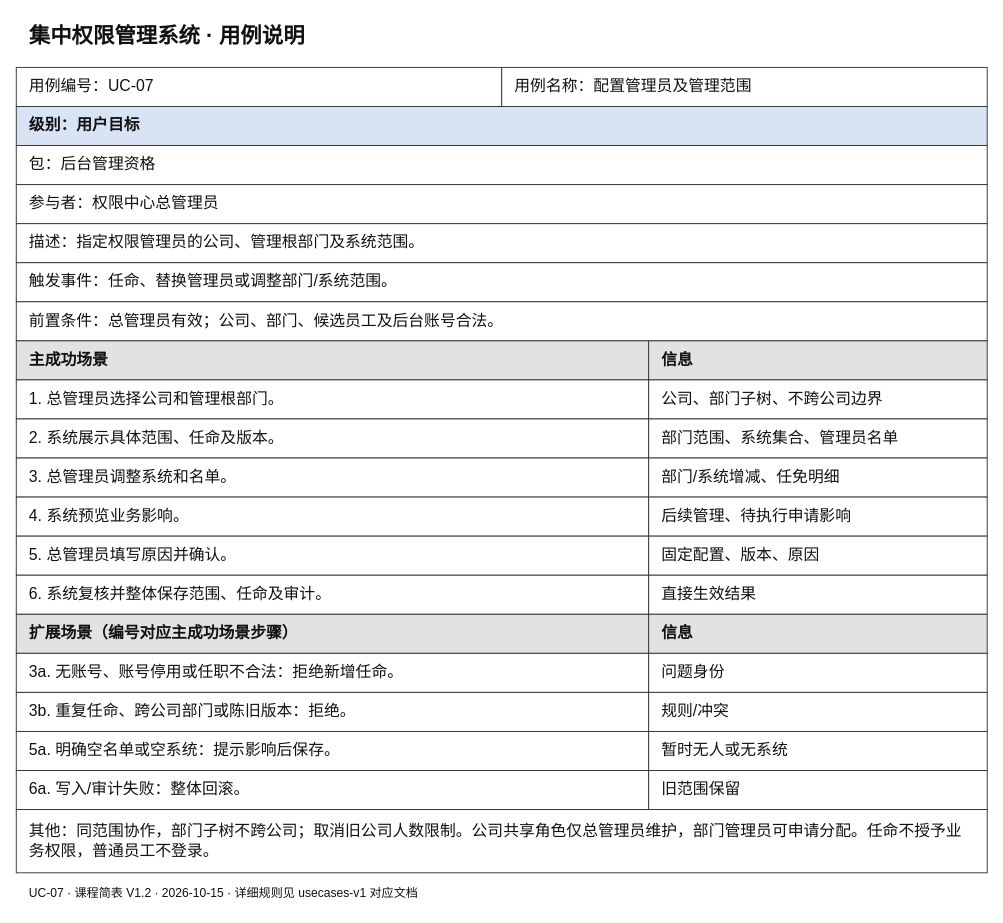
This is docs/01-requirements/按用例分类/UC-07_配置管理员及管理范围/课程简表.drawio from Noah-hope/RBAC-admin, a draw.io file, before an edit. Source tidied: cells renumbered, new cells numbered last; positions are measured from the earlier drawing's top-left corner, leaving out a move shared by most shapes. Both pictures are drawn from the tidied source at 93%, with x=0, y=0 at pixel (16, 16).
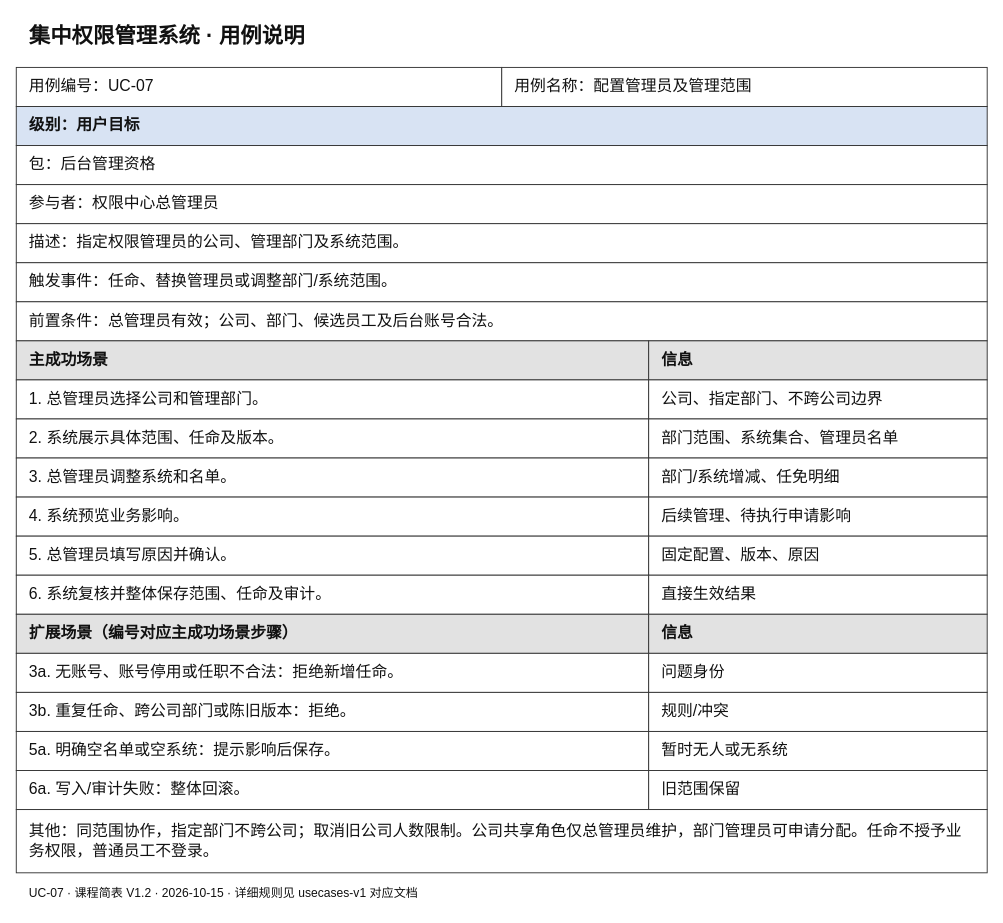
Above is the later version.

What changed in the source:
```diff
@@
-    <mxCell id="8" value="描述：指定权限管理员的公司、管理根部门及系统范围。" style="rounded=0;whiteSpace=wrap;html=0;fontFamily=Microsoft YaHei;fontSize=17;fontColor=#111111;align=left;verticalAlign=middle;spacingLeft=12;spacingRight=12;spacingTop=8;spacingBottom=8;fillColor=#ffffff;strokeColor=#333333;fontStyle=0;" parent="1" vertex="1">
+    <mxCell id="8" value="描述：指定权限管理员的公司、管理部门及系统范围。" style="rounded=0;whiteSpace=wrap;html=0;fontFamily=Microsoft YaHei;fontSize=17;fontColor=#111111;align=left;verticalAlign=middle;spacingLeft=12;spacingRight=12;spacingTop=8;spacingBottom=8;fillColor=#ffffff;strokeColor=#333333;fontStyle=0;" parent="1" vertex="1">
       <mxGeometry y="223" width="1044" height="42" as="geometry" />
     </mxCell>
@@
-    <mxCell id="13" value="1. 总管理员选择公司和管理根部门。" style="rounded=0;whiteSpace=wrap;html=0;fontFamily=Microsoft YaHei;fontSize=17;fontColor=#111111;align=left;verticalAlign=middle;spacingLeft=12;spacingRight=12;spacingTop=8;spacingBottom=8;fillColor=#ffffff;strokeColor=#333333;fontStyle=0;" parent="1" vertex="1">
+    <mxCell id="13" value="1. 总管理员选择公司和管理部门。" style="rounded=0;whiteSpace=wrap;html=0;fontFamily=Microsoft YaHei;fontSize=17;fontColor=#111111;align=left;verticalAlign=middle;spacingLeft=12;spacingRight=12;spacingTop=8;spacingBottom=8;fillColor=#ffffff;strokeColor=#333333;fontStyle=0;" parent="1" vertex="1">
       <mxGeometry y="391" width="680" height="42" as="geometry" />
     </mxCell>
-    <mxCell id="14" value="公司、部门子树、不跨公司边界" style="rounded=0;whiteSpace=wrap;html=0;fontFamily=Microsoft YaHei;fontSize=17;fontColor=#111111;align=left;verticalAlign=middle;spacingLeft=12;spacingRight=12;spacingTop=8;spacingBottom=8;fillColor=#ffffff;strokeColor=#333333;fontStyle=0;" parent="1" vertex="1">
+    <mxCell id="14" value="公司、指定部门、不跨公司边界" style="rounded=0;whiteSpace=wrap;html=0;fontFamily=Microsoft YaHei;fontSize=17;fontColor=#111111;align=left;verticalAlign=middle;spacingLeft=12;spacingRight=12;spacingTop=8;spacingBottom=8;fillColor=#ffffff;strokeColor=#333333;fontStyle=0;" parent="1" vertex="1">
       <mxGeometry x="680" y="391" width="364" height="42" as="geometry" />
     </mxCell>
@@
-    <mxCell id="35" value="其他：同范围协作，部门子树不跨公司；取消旧公司人数限制。公司共享角色仅总管理员维护，部门管理员可申请分配。任命不授予业务权限，普通员工不登录。" style="rounded=0;whiteSpace=wrap;html=0;fontFamily=Microsoft YaHei;fontSize=17;fontColor=#111111;align=left;verticalAlign=middle;spacingLeft=12;spacingRight=12;spacingTop=8;spacingBottom=8;fillColor=#ffffff;strokeColor=#333333;fontStyle=0;" parent="1" vertex="1">
+    <mxCell id="35" value="其他：同范围协作，指定部门不跨公司；取消旧公司人数限制。公司共享角色仅总管理员维护，部门管理员可申请分配。任命不授予业务权限，普通员工不登录。" style="rounded=0;whiteSpace=wrap;html=0;fontFamily=Microsoft YaHei;fontSize=17;fontColor=#111111;align=left;verticalAlign=middle;spacingLeft=12;spacingRight=12;spacingTop=8;spacingBottom=8;fillColor=#ffffff;strokeColor=#333333;fontStyle=0;" parent="1" vertex="1">
       <mxGeometry y="853" width="1044" height="68" as="geometry" />
     </mxCell>
```
